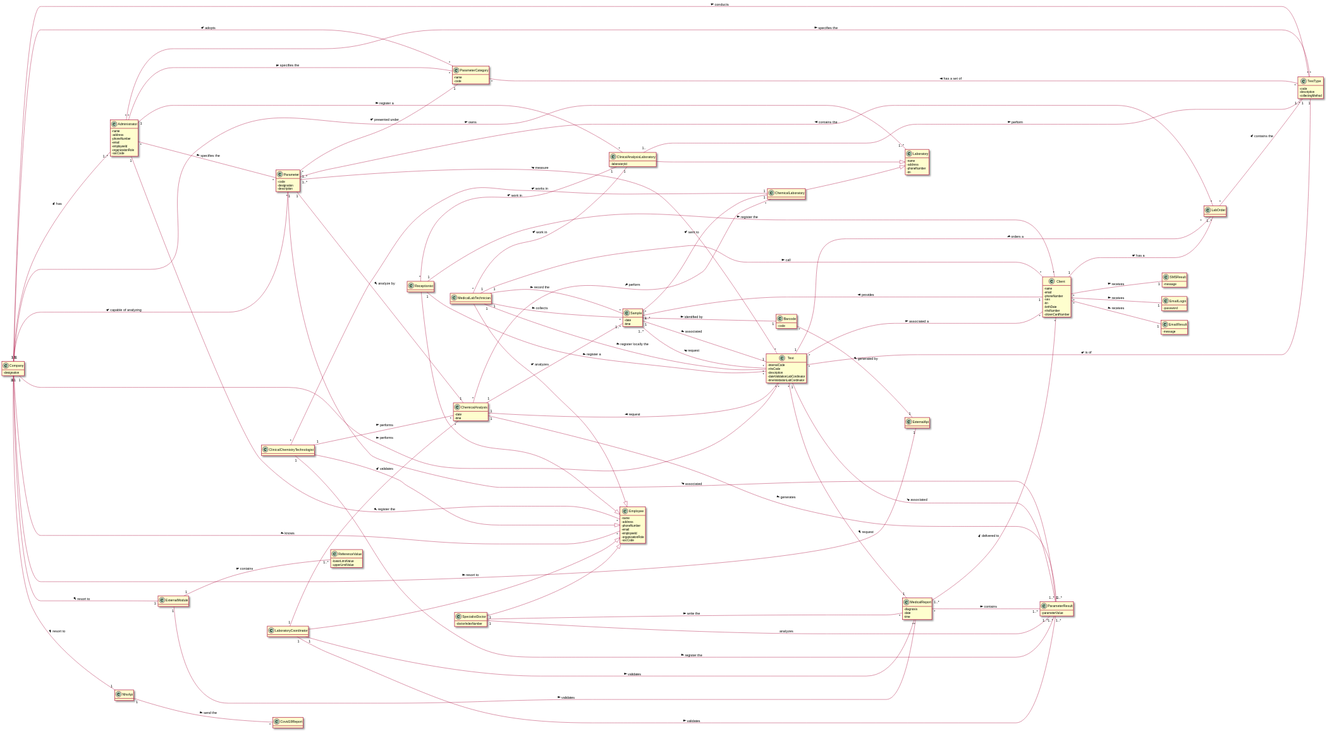
Before: docs/SprintB/DM/DM2.svg, a diagram exported from PlantUML (manu-07-ela/LAPR2_ISEP).
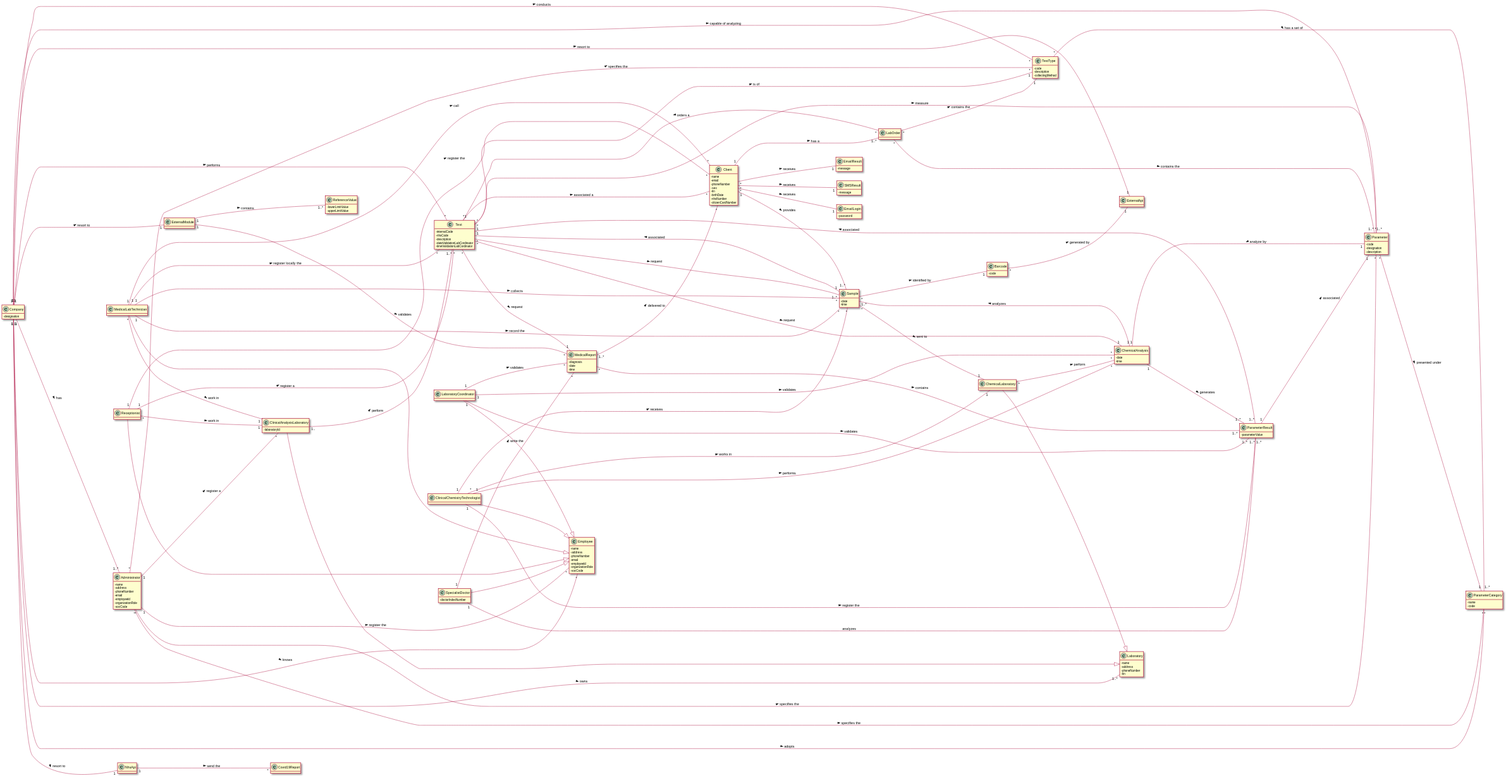
Above is the later version.

Diff of the diagram source:
```diff
@@ -162,7 +162,7 @@
 Company "1"----"1" NhsApi : resort to >
 
 ClinicalAnalysisLaboratory ----|> Laboratory
-ClinicalAnalysisLaboratory "1.."----"1..*" TestType : perform >
+ClinicalAnalysisLaboratory "1.."----"1..*" Test : perform >
 
 ChemicalLaboratory ----|> Laboratory
 ChemicalLaboratory "*"----"*" ChemicalAnalysis : perform >
@@ -195,7 +195,7 @@
 Parameter "*"----"1" ParameterCategory : presented under >
 Parameter "1" ---- "1" ChemicalAnalysis : analyze by >
 
-ParameterCategory "*"----"*" TestType : has a set of <
+TestType "*"----"1..*" ParameterCategory : has a set of >
 
 ParameterResult "1..*" ---- "1" Test : associated >
 ParameterResult "1" ---- "1" Parameter : associated >
@@ -220,6 +220,7 @@
 ChemicalAnalysis "1"----"1..*" ParameterResult: generates >
 
 ClinicalChemistryTechnologist ----|> Employee
+ClinicalChemistryTechnologist "1"----"*" Sample : receives >
 ClinicalChemistryTechnologist "*"----"1" ChemicalLaboratory : works in >
 ClinicalChemistryTechnologist "1"----"*" ChemicalAnalysis : performs >
 ClinicalChemistryTechnologist "1"----"1..*" ParameterResult: register the >
```
